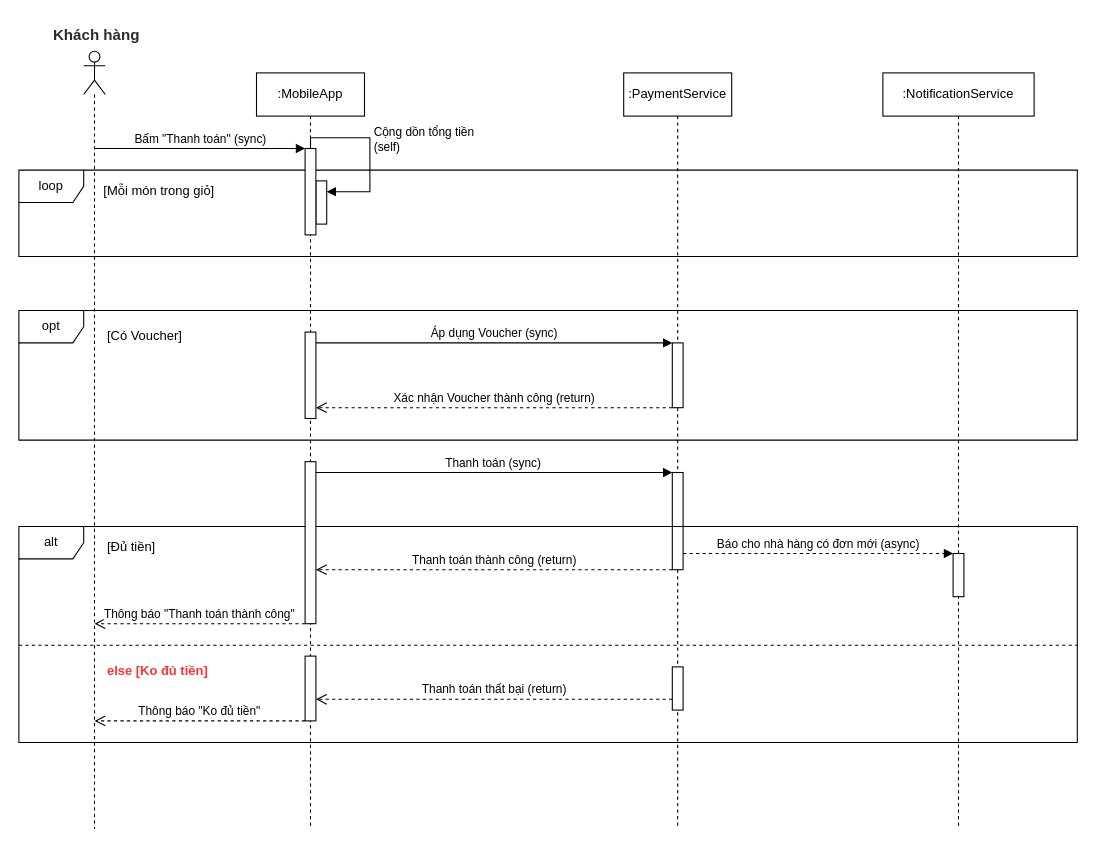
DansuraitoAhiru/IT105_Session9_btth keeps this draw.io diagram as btth.drawio. Above is the earlier version. Source tidied: cells renumbered, new cells numbered last; positions are measured from the earlier drawing's top-left corner, leaving out a move shared by most shapes. Both pictures are drawn from the tidied source at 108%, with x=0, y=0 at pixel (18, 18).
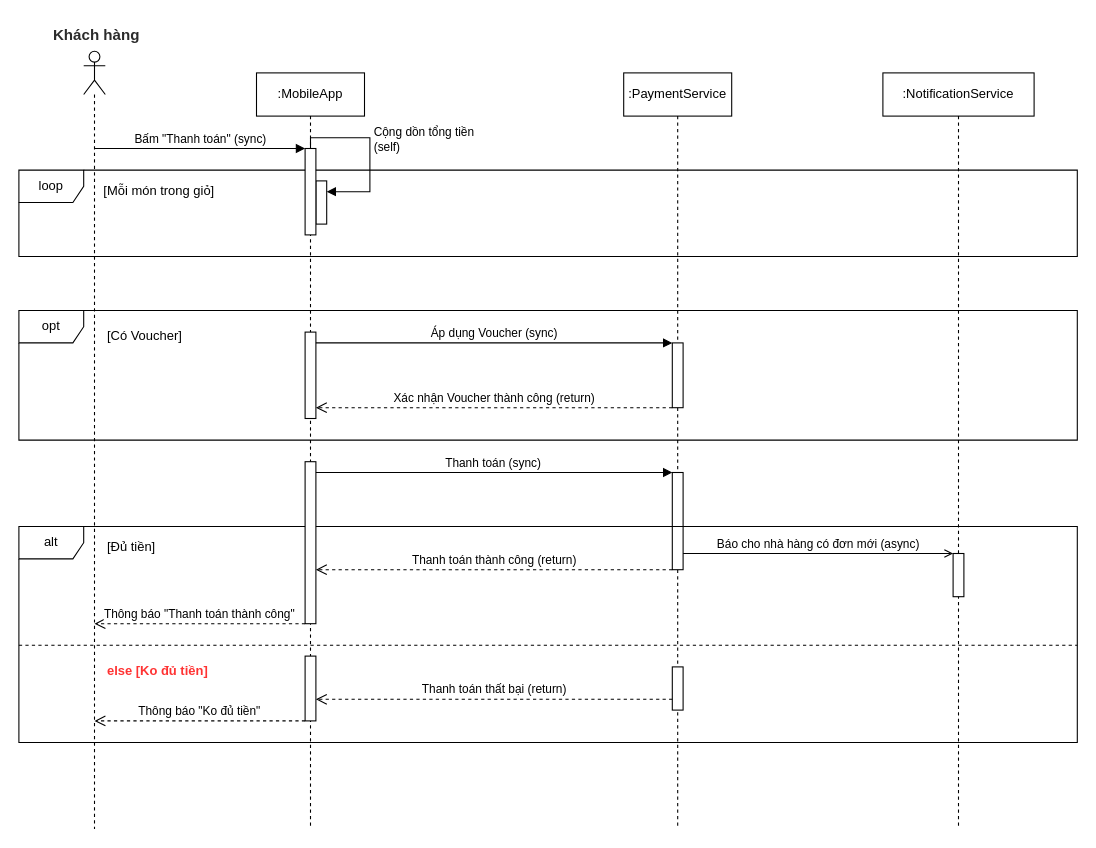
Above is the later version.

The edit, as a diff of the source:
```diff
@@
-    <mxCell id="32" value="Báo cho nhà hàng có đơn mới (async)" style="html=1;verticalAlign=bottom;endArrow=block;curved=0;rounded=0;dashed=1;" parent="1" edge="1">
+    <mxCell id="32" value="Báo cho nhà hàng có đơn mới (async)" style="html=1;verticalAlign=bottom;endArrow=open;curved=0;rounded=0;endFill=0;" parent="1" edge="1">
       <mxGeometry relative="1" as="geometry">
         <mxPoint x="615" y="495" as="sourcePoint" />
         <mxPoint x="865" y="495" as="targetPoint" />
       </mxGeometry>
     </mxCell>
```
